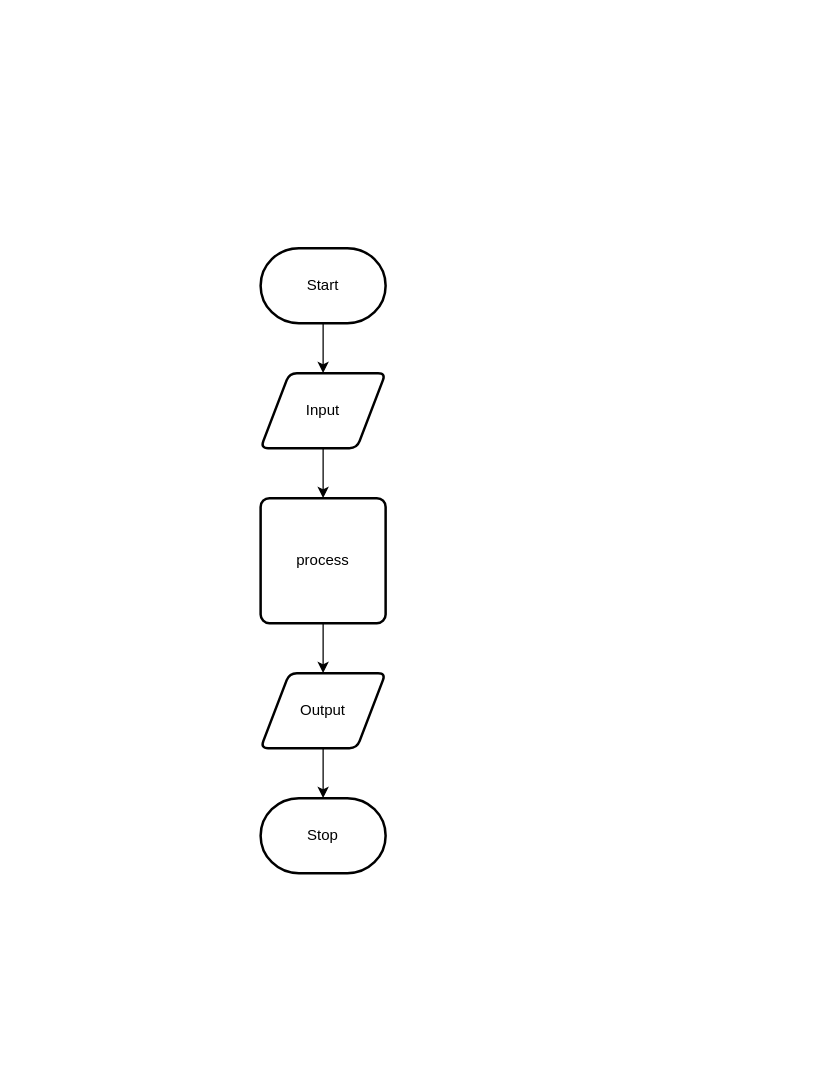
Earlier version of the draw.io diagram design/flow-chart.drawio (Kenny-Le-281/ICS2O-Unit5-01). Source tidied: cells renumbered, new cells numbered last; positions are measured from the earlier drawing's top-left corner, leaving out a move shared by most shapes. Both pictures are drawn from the tidied source at 125%, with x=0, y=0 at pixel (260, 248).
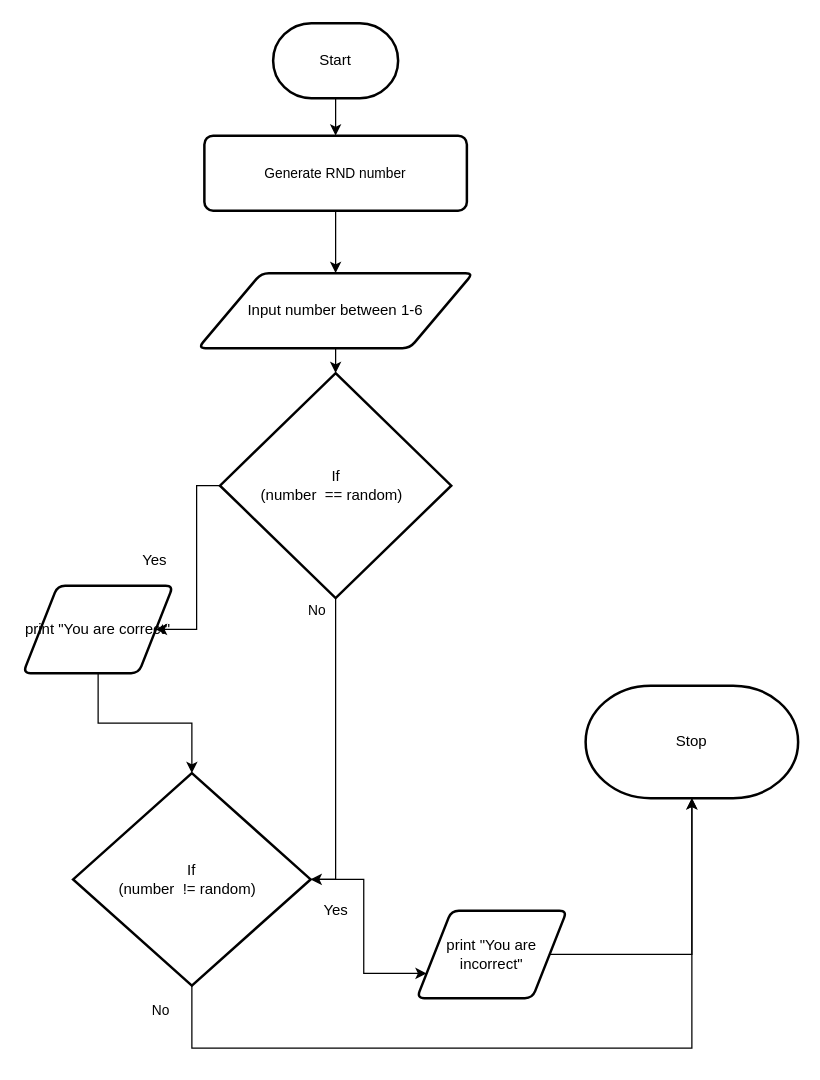
Above is the later version.

Diff of the diagram source:
```diff
@@
-    <mxCell id="2" style="edgeStyle=none;html=1;" parent="1" edge="1" source="3" target="5">
-      <mxGeometry relative="1" as="geometry" />
-    </mxCell>
+    <mxCell id="11" style="edgeStyle=orthogonalEdgeStyle;shape=connector;rounded=0;html=1;labelBackgroundColor=default;fontFamily=Helvetica;fontSize=11;fontColor=default;endArrow=classic;strokeColor=default;" parent="1" edge="1" source="3" target="26">
+      <mxGeometry relative="1" as="geometry" />
+    </mxCell>
     <mxCell id="3" value="Start" style="strokeWidth=2;html=1;shape=mxgraph.flowchart.terminator;whiteSpace=wrap;" parent="1" vertex="1">
-      <mxGeometry width="100" height="60" as="geometry" />
+      <mxGeometry x="10" y="-180" width="100" height="60" as="geometry" />
     </mxCell>
-    <mxCell id="4" style="edgeStyle=none;html=1;" parent="1" edge="1" source="5" target="7">
+    <mxCell id="4" style="edgeStyle=none;html=1;entryX=0.5;entryY=0;entryDx=0;entryDy=0;entryPerimeter=0;" parent="1" edge="1" source="5" target="15">
       <mxGeometry relative="1" as="geometry" />
     </mxCell>
-    <mxCell id="5" value="Input" style="shape=parallelogram;html=1;strokeWidth=2;perimeter=parallelogramPerimeter;whiteSpace=wrap;rounded=1;arcSize=12;size=0.23;" parent="1" vertex="1">
-      <mxGeometry y="100" width="100" height="60" as="geometry" />
+    <mxCell id="5" value="Input number between 1-6" style="shape=parallelogram;html=1;strokeWidth=2;perimeter=parallelogramPerimeter;whiteSpace=wrap;rounded=1;arcSize=12;size=0.23;" parent="1" vertex="1">
+      <mxGeometry x="-50" y="20" width="220" height="60" as="geometry" />
     </mxCell>
-    <mxCell id="6" style="edgeStyle=none;html=1;" parent="1" edge="1" source="7" target="9">
-      <mxGeometry relative="1" as="geometry" />
-    </mxCell>
-    <mxCell id="7" value="process" style="rounded=1;whiteSpace=wrap;html=1;absoluteArcSize=1;arcSize=14;strokeWidth=2;" parent="1" vertex="1">
-      <mxGeometry y="200" width="100" height="100" as="geometry" />
-    </mxCell>
-    <mxCell id="8" style="edgeStyle=none;html=1;" parent="1" edge="1" source="9" target="10">
-      <mxGeometry relative="1" as="geometry" />
-    </mxCell>
+    <mxCell id="12" style="edgeStyle=orthogonalEdgeStyle;shape=connector;rounded=0;html=1;labelBackgroundColor=default;fontFamily=Helvetica;fontSize=11;fontColor=default;endArrow=classic;strokeColor=default;entryX=0.5;entryY=0;entryDx=0;entryDy=0;entryPerimeter=0;" parent="1" edge="1" source="9" target="19">
+      <mxGeometry relative="1" as="geometry" />
+    </mxCell>
-    <mxCell id="9" value="Output" style="shape=parallelogram;html=1;strokeWidth=2;perimeter=parallelogramPerimeter;whiteSpace=wrap;rounded=1;arcSize=12;size=0.23;" parent="1" vertex="1">
-      <mxGeometry y="340" width="100" height="60" as="geometry" />
+    <mxCell id="9" value="print &quot;You are correct&quot;" style="shape=parallelogram;html=1;strokeWidth=2;perimeter=parallelogramPerimeter;whiteSpace=wrap;rounded=1;arcSize=12;size=0.23;" parent="1" vertex="1">
+      <mxGeometry x="-190" y="270" width="120" height="70" as="geometry" />
     </mxCell>
     <mxCell id="10" value="Stop" style="strokeWidth=2;html=1;shape=mxgraph.flowchart.terminator;whiteSpace=wrap;" parent="1" vertex="1">
-      <mxGeometry y="440" width="100" height="60" as="geometry" />
+      <mxGeometry x="260" y="350" width="170" height="90" as="geometry" />
     </mxCell>
+    <mxCell id="13" style="edgeStyle=orthogonalEdgeStyle;shape=connector;rounded=0;html=1;labelBackgroundColor=default;fontFamily=Helvetica;fontSize=11;fontColor=default;endArrow=classic;strokeColor=default;" parent="1" edge="1" source="15" target="9">
+      <mxGeometry relative="1" as="geometry" />
+    </mxCell>
+    <mxCell id="14" style="edgeStyle=orthogonalEdgeStyle;shape=connector;rounded=0;html=1;entryX=1;entryY=0.5;entryDx=0;entryDy=0;entryPerimeter=0;labelBackgroundColor=default;fontFamily=Helvetica;fontSize=11;fontColor=default;endArrow=classic;strokeColor=default;" parent="1" edge="1" source="15" target="19">
+      <mxGeometry relative="1" as="geometry" />
+    </mxCell>
+    <mxCell id="15" value="If&lt;br&gt;(number&amp;nbsp; == random)&amp;nbsp;&amp;nbsp;" style="strokeWidth=2;html=1;shape=mxgraph.flowchart.decision;whiteSpace=wrap;" parent="1" vertex="1">
+      <mxGeometry x="-32.5" y="100" width="185" height="180" as="geometry" />
+    </mxCell>
+    <mxCell id="16" value="Yes" style="text;html=1;align=center;verticalAlign=middle;fillColor=none;strokeColor=none;rounded=0;" parent="1" vertex="1">
+      <mxGeometry x="-105" y="240" width="40" height="20" as="geometry" />
+    </mxCell>
+    <mxCell id="17" style="edgeStyle=orthogonalEdgeStyle;shape=connector;rounded=0;html=1;entryX=0;entryY=0.75;entryDx=0;entryDy=0;labelBackgroundColor=default;fontFamily=Helvetica;fontSize=11;fontColor=default;endArrow=classic;strokeColor=default;exitX=1;exitY=0.5;exitDx=0;exitDy=0;exitPerimeter=0;" parent="1" edge="1" source="19" target="21">
+      <mxGeometry relative="1" as="geometry" />
+    </mxCell>
+    <mxCell id="18" style="edgeStyle=orthogonalEdgeStyle;shape=connector;rounded=0;html=1;labelBackgroundColor=default;fontFamily=Helvetica;fontSize=11;fontColor=default;endArrow=classic;strokeColor=default;" parent="1" edge="1" source="19" target="10">
+      <mxGeometry relative="1" as="geometry">
+        <Array as="points">
+          <mxPoint x="-55" y="640" />
+          <mxPoint x="345" y="640" />
+        </Array>
+      </mxGeometry>
+    </mxCell>
+    <mxCell id="19" value="If&lt;br&gt;(number&amp;nbsp; != random)&amp;nbsp;&amp;nbsp;" style="strokeWidth=2;html=1;shape=mxgraph.flowchart.decision;whiteSpace=wrap;" parent="1" vertex="1">
+      <mxGeometry x="-150" y="420" width="190" height="170" as="geometry" />
+    </mxCell>
+    <mxCell id="20" style="edgeStyle=orthogonalEdgeStyle;shape=connector;rounded=0;html=1;labelBackgroundColor=default;fontFamily=Helvetica;fontSize=11;fontColor=default;endArrow=classic;strokeColor=default;" parent="1" edge="1" source="21" target="10">
+      <mxGeometry relative="1" as="geometry" />
+    </mxCell>
+    <mxCell id="21" value="print &quot;You are incorrect&quot;" style="shape=parallelogram;html=1;strokeWidth=2;perimeter=parallelogramPerimeter;whiteSpace=wrap;rounded=1;arcSize=12;size=0.23;" parent="1" vertex="1">
+      <mxGeometry x="125" y="530" width="120" height="70" as="geometry" />
+    </mxCell>
+    <mxCell id="22" value="No" style="text;html=1;align=center;verticalAlign=middle;strokeColor=none;fillColor=none;fontSize=11;fontFamily=Helvetica;fontColor=default;" parent="1" vertex="1">
+      <mxGeometry x="30" y="280" width="30" height="20" as="geometry" />
+    </mxCell>
+    <mxCell id="23" value="Yes" style="text;html=1;align=center;verticalAlign=middle;fillColor=none;strokeColor=none;rounded=0;" parent="1" vertex="1">
+      <mxGeometry x="40" y="520" width="40" height="20" as="geometry" />
+    </mxCell>
+    <mxCell id="24" value="No" style="text;html=1;align=center;verticalAlign=middle;strokeColor=none;fillColor=none;fontSize=11;fontFamily=Helvetica;fontColor=default;" parent="1" vertex="1">
+      <mxGeometry x="-95" y="600" width="30" height="20" as="geometry" />
+    </mxCell>
+    <mxCell id="25" style="edgeStyle=orthogonalEdgeStyle;shape=connector;rounded=0;html=1;labelBackgroundColor=default;fontFamily=Helvetica;fontSize=11;fontColor=default;endArrow=classic;strokeColor=default;" parent="1" edge="1" source="26" target="5">
+      <mxGeometry relative="1" as="geometry" />
+    </mxCell>
+    <mxCell id="26" value="Generate RND number" style="rounded=1;whiteSpace=wrap;html=1;absoluteArcSize=1;arcSize=14;strokeWidth=2;fontFamily=Helvetica;fontSize=11;fontColor=default;" parent="1" vertex="1">
+      <mxGeometry x="-45" y="-90" width="210" height="60" as="geometry" />
+    </mxCell>
```
